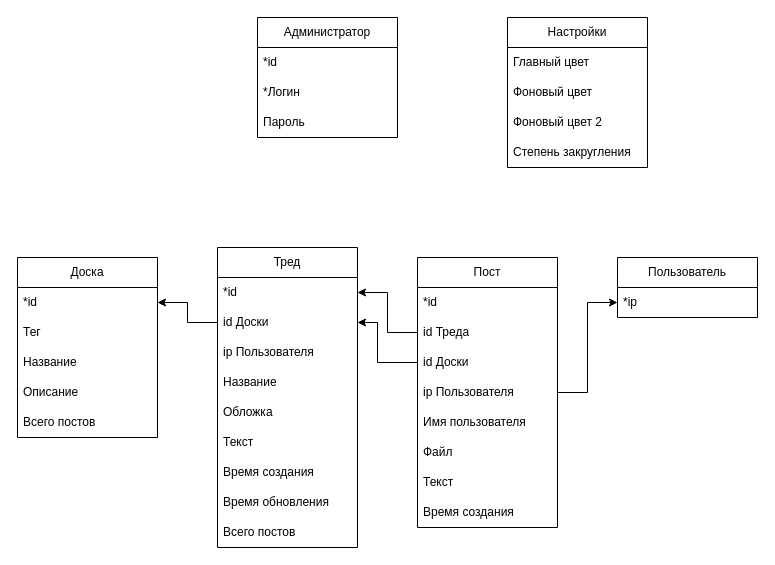
Earlier version of the draw.io diagram relational.drawio (Urvatov/openchan-django). Source tidied: cells renumbered, new cells numbered last; positions are measured from the earlier drawing's top-left corner, leaving out a move shared by most shapes. Both pictures are drawn from the tidied source at 100%, with x=0, y=0 at pixel (17, 17).
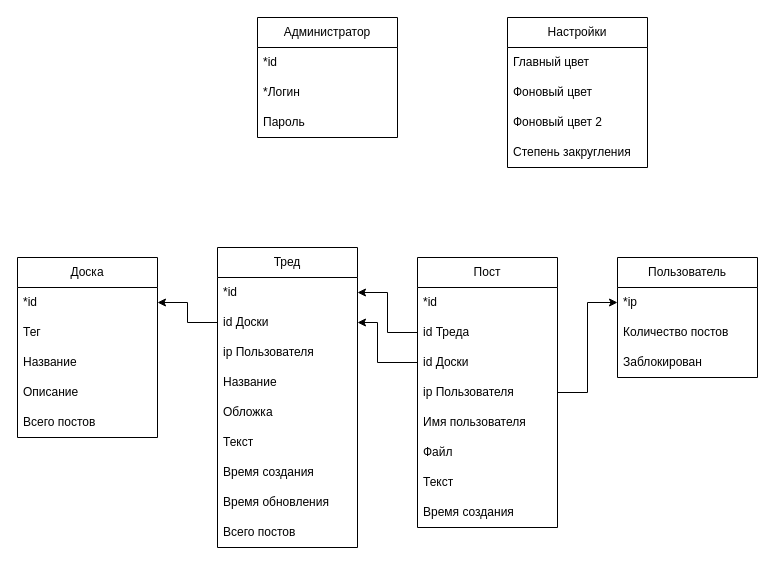
The same page after the edit.

The edit, as a diff of the source:
```diff
@@
     <mxCell id="31" value="Пользователь" style="swimlane;fontStyle=0;horizontal=1;startSize=30;whiteSpace=wrap;html=1;" parent="1" vertex="1">
-      <mxGeometry x="600" y="240" width="140" height="60" as="geometry" />
+      <mxGeometry x="600" y="240" width="140" height="120" as="geometry" />
     </mxCell>
@@
+    <mxCell id="42" value="Количество постов" style="text;strokeColor=none;fillColor=none;align=left;verticalAlign=middle;spacingLeft=4;spacingRight=4;overflow=hidden;whiteSpace=wrap;html=1;" parent="31" vertex="1">
+      <mxGeometry y="60" width="140" height="30" as="geometry" />
+    </mxCell>
+    <mxCell id="43" value="Заблокирован" style="text;strokeColor=none;fillColor=none;align=left;verticalAlign=middle;spacingLeft=4;spacingRight=4;overflow=hidden;whiteSpace=wrap;html=1;" parent="31" vertex="1">
+      <mxGeometry y="90" width="140" height="30" as="geometry" />
+    </mxCell>
```
